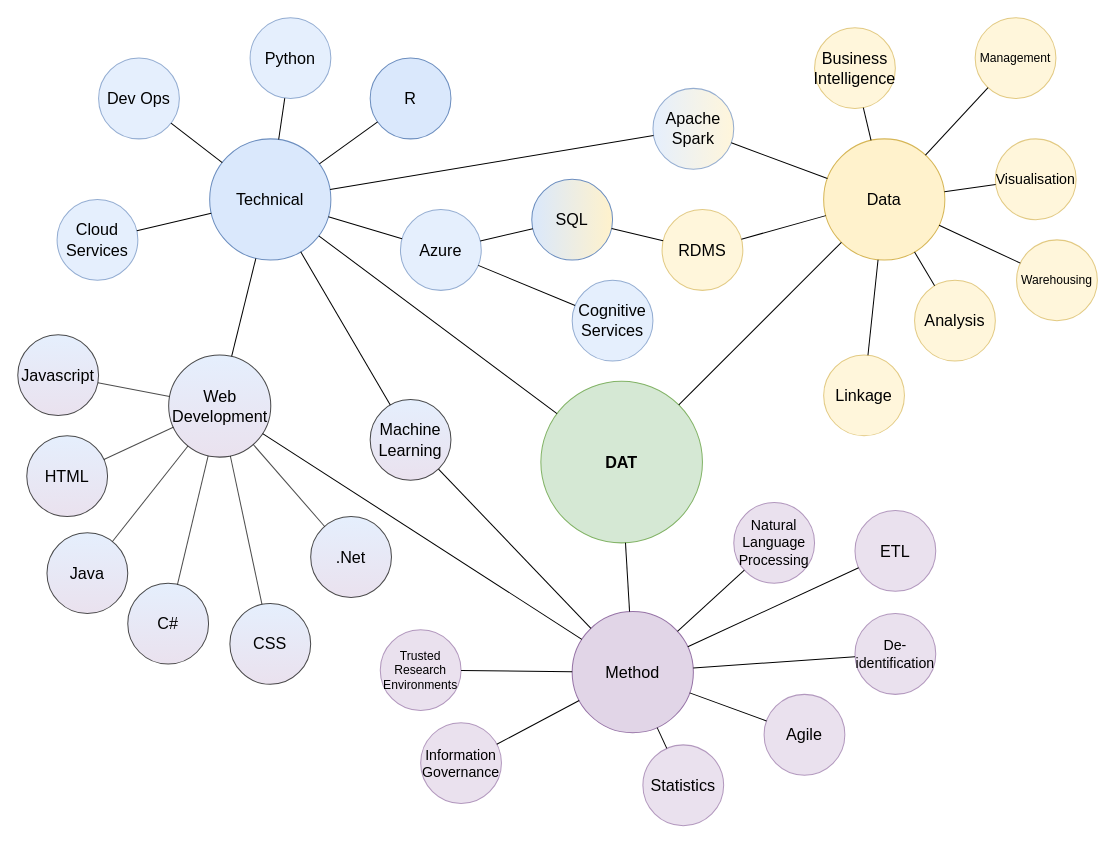
The draw.io diagram images/dat_skills_1.drawio in LIDA-Data-Analytics-Team/laserdocs_test, before the edit. Source tidied: cells renumbered, new cells numbered last; positions are measured from the earlier drawing's top-left corner, leaving out a move shared by most shapes. Both pictures are drawn from the tidied source at 101%, with x=0, y=0 at pixel (17, 17).
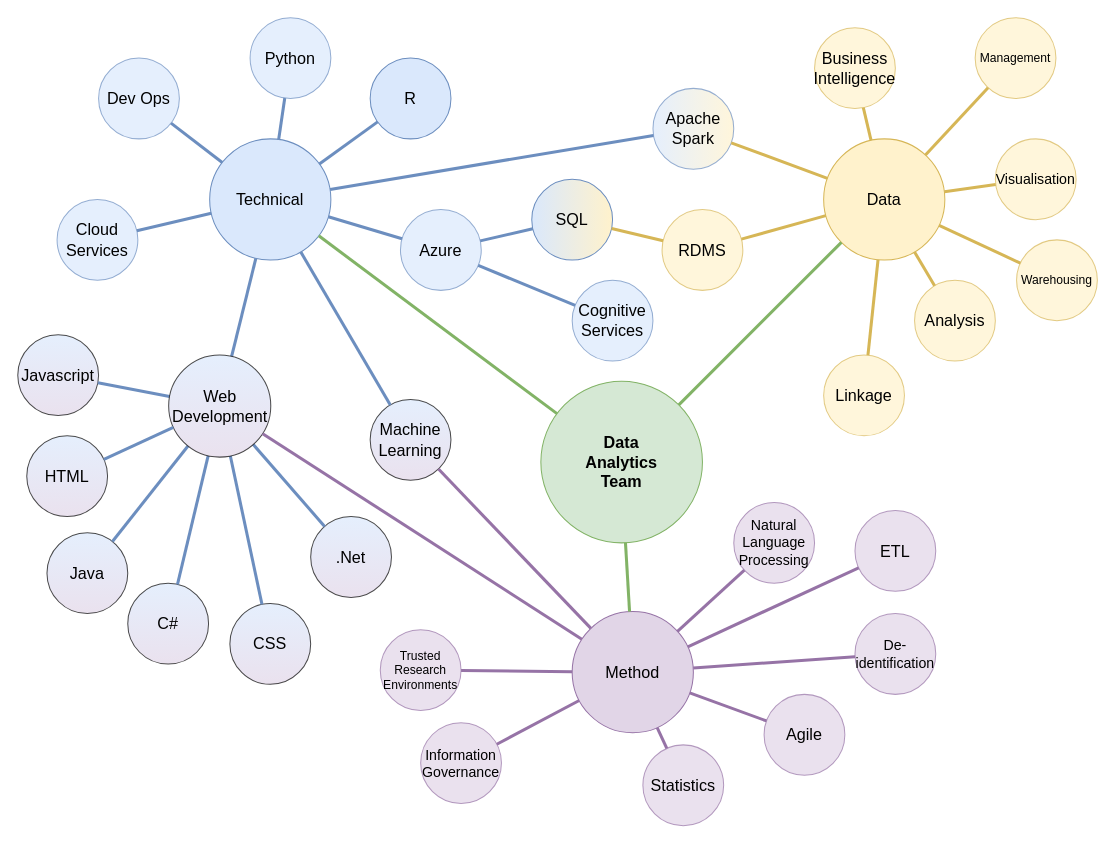
Above is the later version.

Unchanged cells that the change refers to:
```xml
<mxCell id="3" value="Technical" style="ellipse;whiteSpace=wrap;html=1;fillColor=#dae8fc;strokeColor=#6c8ebf;fontSize=16;" parent="1" vertex="1">
<mxCell id="4" value="Data" style="ellipse;whiteSpace=wrap;html=1;fillColor=#fff2cc;strokeColor=#d6b656;fontSize=16;" parent="1" vertex="1">
<mxCell id="5" value="Method" style="ellipse;whiteSpace=wrap;html=1;fillColor=#e1d5e7;strokeColor=#9673a6;fontSize=16;" parent="1" vertex="1">
<mxCell id="6" value="Business&lt;br style=&quot;font-size: 16px;&quot;&gt;Intelligence" style="ellipse;whiteSpace=wrap;html=1;fillColor=#fff2cc;strokeColor=#d6b656;opacity=70;fontSize=16;" parent="1" vertex="1">
<mxCell id="11" value="Analysis" style="ellipse;whiteSpace=wrap;html=1;fillColor=#fff2cc;strokeColor=#d6b656;opacity=70;fontSize=16;" parent="1" vertex="1">
<mxCell id="13" value="Linkage" style="ellipse;whiteSpace=wrap;html=1;fillColor=#fff2cc;strokeColor=#d6b656;opacity=70;fontSize=16;" parent="1" vertex="1">
<mxCell id="15" value="Management" style="ellipse;whiteSpace=wrap;html=1;fillColor=#fff2cc;strokeColor=#d6b656;opacity=70;fontSize=12;" parent="1" vertex="1">
<mxCell id="17" value="Visualisation" style="ellipse;whiteSpace=wrap;html=1;fillColor=#fff2cc;strokeColor=#d6b656;opacity=70;fontSize=14;" parent="1" vertex="1">
<mxCell id="19" value="Warehousing" style="ellipse;whiteSpace=wrap;html=1;fillColor=#fff2cc;strokeColor=#d6b656;opacity=70;fontSize=12;" parent="1" vertex="1">
<mxCell id="21" value="RDMS" style="ellipse;whiteSpace=wrap;html=1;fillColor=#fff2cc;strokeColor=#d6b656;opacity=70;fontSize=16;" parent="1" vertex="1">
<mxCell id="23" value=".Net" style="ellipse;whiteSpace=wrap;html=1;fillColor=#dae8fc;gradientColor=#e1d5e7;opacity=70;fontSize=16;" parent="1" vertex="1">
<mxCell id="25" value="Cloud Services" style="ellipse;whiteSpace=wrap;html=1;fillColor=#dae8fc;strokeColor=#6c8ebf;opacity=70;fontSize=16;" parent="1" vertex="1">
<mxCell id="27" value="SQL" style="ellipse;whiteSpace=wrap;html=1;gradientDirection=east;fillColor=#dae8fc;strokeColor=#6c8ebf;gradientColor=#fff2cc;fontSize=16;" parent="1" vertex="1">
<mxCell id="29" value="Apache&lt;br style=&quot;font-size: 16px;&quot;&gt;Spark" style="ellipse;whiteSpace=wrap;html=1;fillColor=#dae8fc;strokeColor=#6c8ebf;opacity=70;gradientDirection=east;gradientColor=#fff2cc;fontSize=16;" parent="1" vertex="1">
<mxCell id="31" value="C#" style="ellipse;whiteSpace=wrap;html=1;fillColor=#dae8fc;gradientColor=#e1d5e7;opacity=70;fontSize=16;" parent="1" vertex="1">
<mxCell id="33" value="Cognitive Services" style="ellipse;whiteSpace=wrap;html=1;fillColor=#dae8fc;strokeColor=#6c8ebf;opacity=70;fontSize=16;" parent="1" vertex="1">
<mxCell id="34" value="Azure" style="ellipse;whiteSpace=wrap;html=1;fillColor=#dae8fc;strokeColor=#6c8ebf;opacity=70;fontSize=16;" parent="1" vertex="1">
<mxCell id="37" value="CSS" style="ellipse;whiteSpace=wrap;html=1;fillColor=#dae8fc;gradientColor=#e1d5e7;opacity=70;fontSize=16;" parent="1" vertex="1">
<mxCell id="39" value="Dev Ops" style="ellipse;whiteSpace=wrap;html=1;fillColor=#dae8fc;strokeColor=#6c8ebf;opacity=70;fontSize=16;" parent="1" vertex="1">
<mxCell id="41" value="HTML" style="ellipse;whiteSpace=wrap;html=1;fillColor=#dae8fc;gradientColor=#e1d5e7;opacity=70;fontSize=16;" parent="1" vertex="1">
<mxCell id="43" value="Java" style="ellipse;whiteSpace=wrap;html=1;fillColor=#dae8fc;gradientColor=#e1d5e7;opacity=70;fontSize=16;" parent="1" vertex="1">
<mxCell id="44" value="Javascript" style="ellipse;whiteSpace=wrap;html=1;fillColor=#dae8fc;gradientColor=#e1d5e7;opacity=70;fontSize=16;" parent="1" vertex="1">
<mxCell id="47" value="Python" style="ellipse;whiteSpace=wrap;html=1;gradientDirection=east;fillColor=#dae8fc;strokeColor=#6c8ebf;gradientColor=none;opacity=70;fontSize=16;" parent="1" vertex="1">
<mxCell id="49" value="R" style="ellipse;whiteSpace=wrap;html=1;gradientDirection=east;fillColor=#dae8fc;strokeColor=#6c8ebf;gradientColor=none;fontSize=16;" parent="1" vertex="1">
<mxCell id="51" value="Agile" style="ellipse;whiteSpace=wrap;html=1;fillColor=#e1d5e7;strokeColor=#9673a6;opacity=70;fontSize=16;" parent="1" vertex="1">
<mxCell id="53" value="De-identification" style="ellipse;whiteSpace=wrap;html=1;fillColor=#e1d5e7;strokeColor=#9673a6;opacity=70;fontSize=14;" parent="1" vertex="1">
<mxCell id="55" value="ETL" style="ellipse;whiteSpace=wrap;html=1;fillColor=#e1d5e7;strokeColor=#9673a6;opacity=70;fontSize=16;" parent="1" vertex="1">
<mxCell id="57" value="Information Governance" style="ellipse;whiteSpace=wrap;html=1;fillColor=#e1d5e7;strokeColor=#9673a6;opacity=70;fontSize=14;" parent="1" vertex="1">
<mxCell id="59" value="Machine Learning" style="ellipse;whiteSpace=wrap;html=1;gradientColor=#e1d5e7;fillColor=#dae8fc;opacity=70;fontSize=16;" parent="1" vertex="1">
<mxCell id="61" value="Natural Language Processing" style="ellipse;whiteSpace=wrap;html=1;fillColor=#e1d5e7;strokeColor=#9673a6;opacity=70;fontSize=14;" parent="1" vertex="1">
<mxCell id="63" value="Statistics" style="ellipse;whiteSpace=wrap;html=1;fillColor=#e1d5e7;strokeColor=#9673a6;opacity=70;fontSize=16;" parent="1" vertex="1">
<mxCell id="65" value="Trusted Research Environments" style="ellipse;whiteSpace=wrap;html=1;fillColor=#e1d5e7;strokeColor=#9673a6;opacity=70;fontSize=12;" parent="1" vertex="1">
<mxCell id="67" value="Web Development" style="ellipse;whiteSpace=wrap;html=1;fillColor=#dae8fc;gradientColor=#e1d5e7;opacity=70;fontSize=16;" parent="1" vertex="1">
```

Change to the diagram source:
```diff
@@
-    <mxCell id="2" value="DAT" style="ellipse;whiteSpace=wrap;html=1;fillColor=#d5e8d4;strokeColor=#82b366;fontSize=16;fontStyle=1;" parent="1" vertex="1">
+    <mxCell id="2" value="Data &lt;br&gt;Analytics &lt;br&gt;Team" style="ellipse;whiteSpace=wrap;html=1;fillColor=#d5e8d4;strokeColor=#82b366;fontSize=16;fontStyle=1;strokeWidth=1;" parent="1" vertex="1">
       <mxGeometry x="518" y="360" width="160" height="160" as="geometry" />
     </mxCell>
@@
-    <mxCell id="7" style="endArrow=none;html=1;rounded=0;fontSize=16;" parent="1" edge="1" source="2" target="4">
+    <mxCell id="7" style="endArrow=none;html=1;rounded=0;fontSize=16;strokeWidth=3;strokeColor=#82b366;" parent="1" edge="1" source="2" target="4">
       <mxGeometry relative="1" as="geometry" />
     </mxCell>
-    <mxCell id="8" style="endArrow=none;html=1;rounded=0;fontSize=16;" parent="1" edge="1" source="2" target="3">
+    <mxCell id="8" style="endArrow=none;html=1;rounded=0;fontSize=16;strokeWidth=3;strokeColor=#82b366;" parent="1" edge="1" source="2" target="3">
       <mxGeometry relative="1" as="geometry" />
     </mxCell>
-    <mxCell id="9" style="endArrow=none;html=1;rounded=0;fontSize=16;" parent="1" edge="1" source="2" target="5">
+    <mxCell id="9" style="endArrow=none;html=1;rounded=0;fontSize=16;strokeWidth=3;strokeColor=#82b366;" parent="1" edge="1" source="2" target="5">
       <mxGeometry relative="1" as="geometry" />
     </mxCell>
-    <mxCell id="10" style="endArrow=none;html=1;rounded=0;fontSize=16;" parent="1" edge="1" source="6" target="4">
+    <mxCell id="10" style="endArrow=none;html=1;rounded=0;fontSize=16;strokeColor=#D6B656;strokeWidth=3;" parent="1" edge="1" source="6" target="4">
       <mxGeometry relative="1" as="geometry" />
     </mxCell>
@@
-    <mxCell id="12" style="endArrow=none;html=1;rounded=0;fontSize=16;" parent="1" edge="1" source="4" target="11">
+    <mxCell id="12" style="endArrow=none;html=1;rounded=0;fontSize=16;strokeColor=#D6B656;strokeWidth=3;" parent="1" edge="1" source="4" target="11">
       <mxGeometry relative="1" as="geometry" />
     </mxCell>
@@
-    <mxCell id="14" style="endArrow=none;html=1;rounded=0;fontSize=16;" parent="1" edge="1" source="13" target="4">
+    <mxCell id="14" style="endArrow=none;html=1;rounded=0;fontSize=16;strokeColor=#D6B656;strokeWidth=3;" parent="1" edge="1" source="13" target="4">
       <mxGeometry relative="1" as="geometry" />
     </mxCell>
@@
-    <mxCell id="16" style="endArrow=none;html=1;rounded=0;fontSize=16;" parent="1" edge="1" source="4" target="15">
+    <mxCell id="16" style="endArrow=none;html=1;rounded=0;fontSize=16;strokeColor=#D6B656;strokeWidth=3;" parent="1" edge="1" source="4" target="15">
       <mxGeometry relative="1" as="geometry" />
     </mxCell>
@@
-    <mxCell id="18" style="endArrow=none;html=1;rounded=0;fontSize=16;" parent="1" edge="1" source="4" target="17">
+    <mxCell id="18" style="endArrow=none;html=1;rounded=0;fontSize=16;strokeColor=#D6B656;strokeWidth=3;" parent="1" edge="1" source="4" target="17">
       <mxGeometry relative="1" as="geometry" />
     </mxCell>
@@
-    <mxCell id="20" style="endArrow=none;html=1;rounded=0;fontSize=16;" parent="1" edge="1" source="4" target="19">
+    <mxCell id="20" style="endArrow=none;html=1;rounded=0;fontSize=16;strokeColor=#D6B656;strokeWidth=3;" parent="1" edge="1" source="4" target="19">
       <mxGeometry relative="1" as="geometry" />
     </mxCell>
@@
-    <mxCell id="22" style="endArrow=none;html=1;rounded=0;fontSize=16;" parent="1" edge="1" source="4" target="21">
+    <mxCell id="22" style="endArrow=none;html=1;rounded=0;fontSize=16;strokeColor=#D6B656;strokeWidth=3;" parent="1" edge="1" source="4" target="21">
       <mxGeometry relative="1" as="geometry" />
     </mxCell>
@@
-    <mxCell id="24" style="endArrow=none;html=1;rounded=0;fontSize=16;fillColor=#dae8fc;gradientColor=#e1d5e7;opacity=70;" parent="1" edge="1" source="23" target="67">
+    <mxCell id="24" style="endArrow=none;html=1;fontSize=16;fillColor=#dae8fc;strokeWidth=3;rounded=0;strokeColor=#6c8ebf;" parent="1" edge="1" source="23" target="67">
       <mxGeometry relative="1" as="geometry" />
     </mxCell>
@@
-    <mxCell id="26" style="endArrow=none;html=1;rounded=0;fontSize=16;" parent="1" edge="1" source="25" target="3">
+    <mxCell id="26" style="endArrow=none;html=1;rounded=0;fontSize=16;strokeColor=#6C8EBF;strokeWidth=3;" parent="1" edge="1" source="25" target="3">
       <mxGeometry relative="1" as="geometry" />
     </mxCell>
@@
-    <mxCell id="28" style="endArrow=none;html=1;rounded=0;fontSize=16;" parent="1" edge="1" source="27" target="21">
+    <mxCell id="28" style="endArrow=none;html=1;rounded=0;fontSize=16;strokeColor=#D6B656;strokeWidth=3;" parent="1" edge="1" source="27" target="21">
       <mxGeometry relative="1" as="geometry" />
     </mxCell>
@@
-    <mxCell id="30" style="endArrow=none;html=1;rounded=0;fontSize=16;" parent="1" edge="1" source="29" target="3">
+    <mxCell id="30" style="endArrow=none;html=1;rounded=0;fontSize=16;strokeColor=#6C8EBF;strokeWidth=3;" parent="1" edge="1" source="29" target="3">
       <mxGeometry relative="1" as="geometry" />
     </mxCell>
@@
-    <mxCell id="32" style="endArrow=none;html=1;rounded=0;fontSize=16;fillColor=#dae8fc;gradientColor=#e1d5e7;opacity=70;" parent="1" edge="1" source="67" target="31">
+    <mxCell id="32" style="endArrow=none;html=1;rounded=0;fontSize=16;fillColor=#dae8fc;strokeWidth=3;strokeColor=#6c8ebf;" parent="1" edge="1" source="67" target="31">
       <mxGeometry relative="1" as="geometry" />
     </mxCell>
@@
-    <mxCell id="35" style="endArrow=none;html=1;rounded=0;fontSize=16;" parent="1" edge="1" source="34" target="3">
+    <mxCell id="35" style="endArrow=none;html=1;rounded=0;fontSize=16;strokeColor=#6C8EBF;strokeWidth=3;" parent="1" edge="1" source="34" target="3">
       <mxGeometry relative="1" as="geometry" />
     </mxCell>
-    <mxCell id="36" style="endArrow=none;html=1;rounded=0;fontSize=16;" parent="1" edge="1" source="33" target="34">
+    <mxCell id="36" style="endArrow=none;html=1;rounded=0;fontSize=16;strokeColor=#6C8EBF;strokeWidth=3;" parent="1" edge="1" source="33" target="34">
       <mxGeometry relative="1" as="geometry" />
     </mxCell>
@@
-    <mxCell id="38" style="endArrow=none;html=1;rounded=0;fontSize=16;fillColor=#dae8fc;gradientColor=#e1d5e7;opacity=70;" parent="1" edge="1" source="37" target="67">
+    <mxCell id="38" style="endArrow=none;html=1;rounded=0;fontSize=16;fillColor=#dae8fc;strokeWidth=3;strokeColor=#6c8ebf;" parent="1" edge="1" source="37" target="67">
       <mxGeometry relative="1" as="geometry" />
     </mxCell>
@@
-    <mxCell id="40" style="endArrow=none;html=1;rounded=0;fontSize=16;" parent="1" edge="1" source="39" target="3">
+    <mxCell id="40" style="endArrow=none;html=1;rounded=0;fontSize=16;strokeColor=#6C8EBF;strokeWidth=3;" parent="1" edge="1" source="39" target="3">
       <mxGeometry relative="1" as="geometry" />
     </mxCell>
@@
-    <mxCell id="42" style="endArrow=none;html=1;rounded=0;fontSize=16;" parent="1" edge="1" source="67" target="3">
+    <mxCell id="42" style="endArrow=none;html=1;rounded=0;fontSize=16;strokeColor=#6C8EBF;strokeWidth=3;" parent="1" edge="1" source="67" target="3">
       <mxGeometry relative="1" as="geometry" />
     </mxCell>
@@
-    <mxCell id="45" style="endArrow=none;html=1;rounded=0;fontSize=16;fillColor=#dae8fc;gradientColor=#e1d5e7;opacity=70;" parent="1" edge="1" source="43" target="67">
+    <mxCell id="45" style="endArrow=none;html=1;rounded=0;fontSize=16;fillColor=#dae8fc;strokeWidth=3;strokeColor=#6c8ebf;" parent="1" edge="1" source="43" target="67">
       <mxGeometry relative="1" as="geometry" />
     </mxCell>
-    <mxCell id="46" style="endArrow=none;html=1;rounded=0;opacity=70;fontSize=16;" parent="1" edge="1" source="44" target="67">
+    <mxCell id="46" style="endArrow=none;html=1;rounded=0;fontSize=16;strokeWidth=3;fillColor=#dae8fc;strokeColor=#6c8ebf;" parent="1" edge="1" source="44" target="67">
       <mxGeometry relative="1" as="geometry" />
     </mxCell>
@@
-    <mxCell id="48" style="endArrow=none;html=1;rounded=0;fontSize=16;" parent="1" edge="1" source="3" target="47">
+    <mxCell id="48" style="endArrow=none;html=1;rounded=0;fontSize=16;strokeColor=#6C8EBF;strokeWidth=3;" parent="1" edge="1" source="3" target="47">
       <mxGeometry relative="1" as="geometry" />
     </mxCell>
@@
-    <mxCell id="50" style="endArrow=none;html=1;rounded=0;fontSize=16;" parent="1" edge="1" source="49" target="3">
+    <mxCell id="50" style="endArrow=none;html=1;rounded=0;fontSize=16;strokeColor=#6C8EBF;strokeWidth=3;" parent="1" edge="1" source="49" target="3">
       <mxGeometry relative="1" as="geometry" />
     </mxCell>
@@
-    <mxCell id="52" style="endArrow=none;html=1;rounded=0;fontSize=16;" parent="1" edge="1" source="5" target="51">
+    <mxCell id="52" style="endArrow=none;html=1;rounded=0;fontSize=16;strokeColor=#9673A6;strokeWidth=3;" parent="1" edge="1" source="5" target="51">
       <mxGeometry relative="1" as="geometry" />
     </mxCell>
@@
-    <mxCell id="54" style="endArrow=none;html=1;rounded=0;fontSize=16;" parent="1" edge="1" source="5" target="53">
+    <mxCell id="54" style="endArrow=none;html=1;rounded=0;fontSize=16;strokeColor=#9673A6;strokeWidth=3;" parent="1" edge="1" source="5" target="53">
       <mxGeometry relative="1" as="geometry" />
     </mxCell>
@@
-    <mxCell id="56" style="endArrow=none;html=1;rounded=0;fontSize=16;" parent="1" edge="1" source="55" target="5">
+    <mxCell id="56" style="endArrow=none;html=1;rounded=0;fontSize=16;strokeColor=#9673A6;strokeWidth=3;" parent="1" edge="1" source="55" target="5">
       <mxGeometry relative="1" as="geometry" />
     </mxCell>
@@
-    <mxCell id="58" style="endArrow=none;html=1;rounded=0;fontSize=16;" parent="1" edge="1" source="57" target="5">
+    <mxCell id="58" style="endArrow=none;html=1;rounded=0;fontSize=16;strokeColor=#9673A6;strokeWidth=3;" parent="1" edge="1" source="57" target="5">
       <mxGeometry relative="1" as="geometry" />
     </mxCell>
@@
-    <mxCell id="60" style="endArrow=none;html=1;rounded=0;fontSize=16;" parent="1" edge="1" source="5" target="59">
+    <mxCell id="60" style="endArrow=none;html=1;rounded=0;fontSize=16;strokeColor=#9673A6;strokeWidth=3;" parent="1" edge="1" source="5" target="59">
       <mxGeometry relative="1" as="geometry" />
     </mxCell>
@@
-    <mxCell id="62" style="endArrow=none;html=1;rounded=0;fontSize=16;" parent="1" edge="1" source="61" target="5">
+    <mxCell id="62" style="endArrow=none;html=1;rounded=0;fontSize=16;strokeColor=#9673A6;strokeWidth=3;" parent="1" edge="1" source="61" target="5">
       <mxGeometry relative="1" as="geometry" />
     </mxCell>
@@
-    <mxCell id="64" style="endArrow=none;html=1;rounded=0;fontSize=16;" parent="1" edge="1" source="5" target="63">
+    <mxCell id="64" style="endArrow=none;html=1;rounded=0;fontSize=16;strokeColor=#9673A6;strokeWidth=3;" parent="1" edge="1" source="5" target="63">
       <mxGeometry relative="1" as="geometry" />
     </mxCell>
@@
-    <mxCell id="66" style="endArrow=none;html=1;rounded=0;fontSize=16;" parent="1" edge="1" source="5" target="65">
+    <mxCell id="66" style="endArrow=none;html=1;rounded=0;fontSize=16;strokeColor=#9673A6;strokeWidth=3;" parent="1" edge="1" source="5" target="65">
       <mxGeometry relative="1" as="geometry" />
     </mxCell>
@@
-    <mxCell id="68" style="endArrow=none;html=1;rounded=0;fontSize=16;" parent="1" edge="1" source="67" target="5">
+    <mxCell id="68" style="endArrow=none;html=1;rounded=0;fontSize=16;strokeColor=#9673A6;strokeWidth=3;" parent="1" edge="1" source="67" target="5">
       <mxGeometry relative="1" as="geometry" />
     </mxCell>
-    <mxCell id="69" style="endArrow=none;html=1;rounded=0;fontSize=16;fillColor=#dae8fc;gradientColor=#e1d5e7;opacity=70;" parent="1" edge="1" source="67" target="41">
+    <mxCell id="69" style="endArrow=none;html=1;rounded=0;fontSize=16;fillColor=#dae8fc;strokeWidth=3;strokeColor=#6c8ebf;" parent="1" edge="1" source="67" target="41">
       <mxGeometry relative="1" as="geometry" />
     </mxCell>
-    <mxCell id="70" style="endArrow=none;html=1;rounded=0;fontSize=16;" parent="1" edge="1" source="34" target="27">
+    <mxCell id="70" style="endArrow=none;html=1;rounded=0;fontSize=16;strokeColor=#6C8EBF;strokeWidth=3;" parent="1" edge="1" source="34" target="27">
       <mxGeometry relative="1" as="geometry" />
     </mxCell>
-    <mxCell id="71" style="endArrow=none;html=1;rounded=0;fontSize=16;" parent="1" edge="1" source="4" target="29">
+    <mxCell id="71" style="endArrow=none;html=1;rounded=0;fontSize=16;strokeColor=#D6B656;strokeWidth=3;" parent="1" edge="1" source="4" target="29">
       <mxGeometry relative="1" as="geometry" />
     </mxCell>
-    <mxCell id="72" style="endArrow=none;html=1;rounded=0;" parent="1" edge="1" source="3" target="59">
+    <mxCell id="72" style="endArrow=none;html=1;rounded=0;fontSize=16;strokeColor=#6C8EBF;strokeWidth=3;" parent="1" edge="1" source="3" target="59">
       <mxGeometry relative="1" as="geometry" />
     </mxCell>
```
